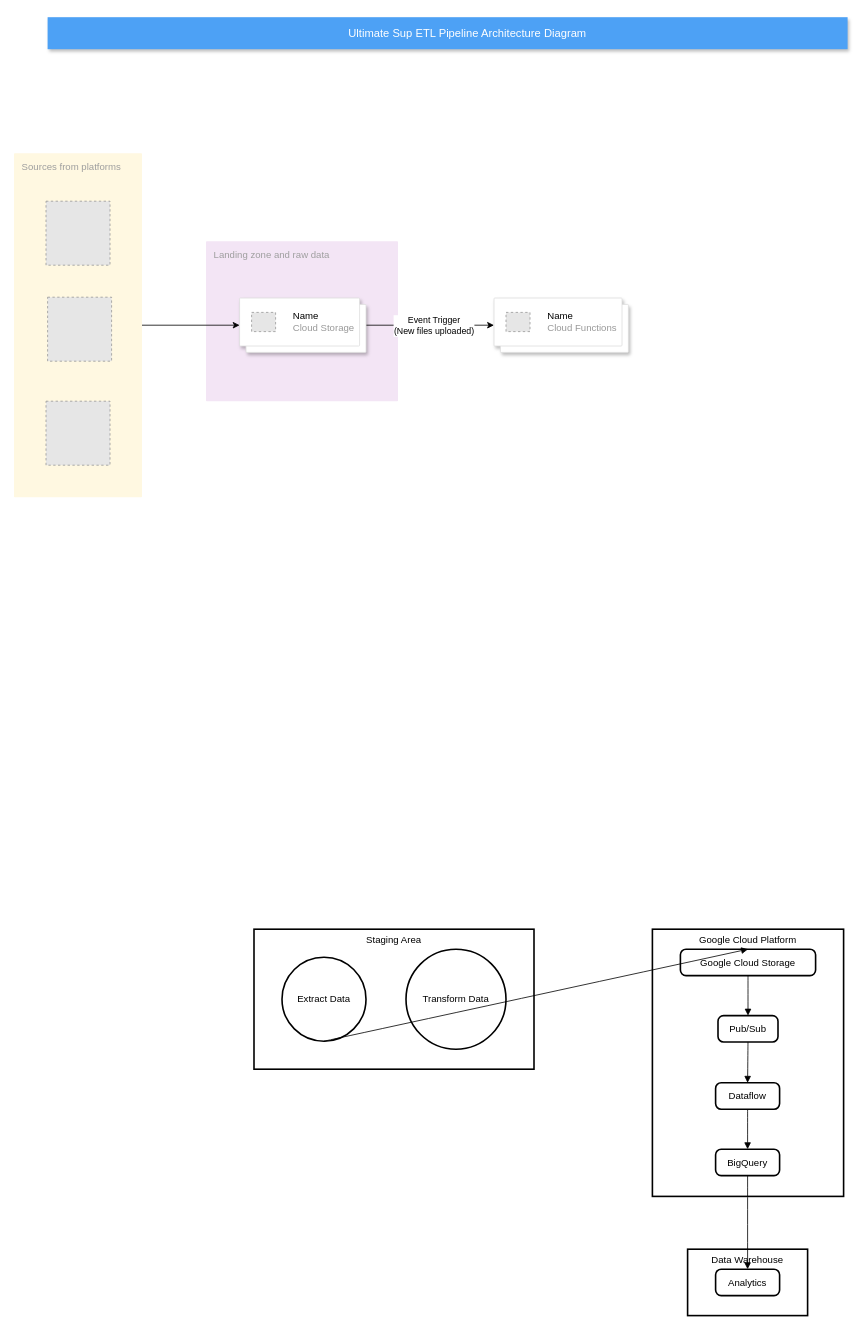
Above: Untitled Diagram.drawio in phuthang2003/c0424l1-py103 (draw.io), before the change. Source tidied: cells renumbered, new cells numbered last; positions are measured from the earlier drawing's top-left corner, leaving out a move shared by most shapes. Both pictures are drawn from the tidied source at 80%, with x=0, y=0 at pixel (14, 17). Pictures stored in the file or linked from it are replaced by grey dashed boxes.
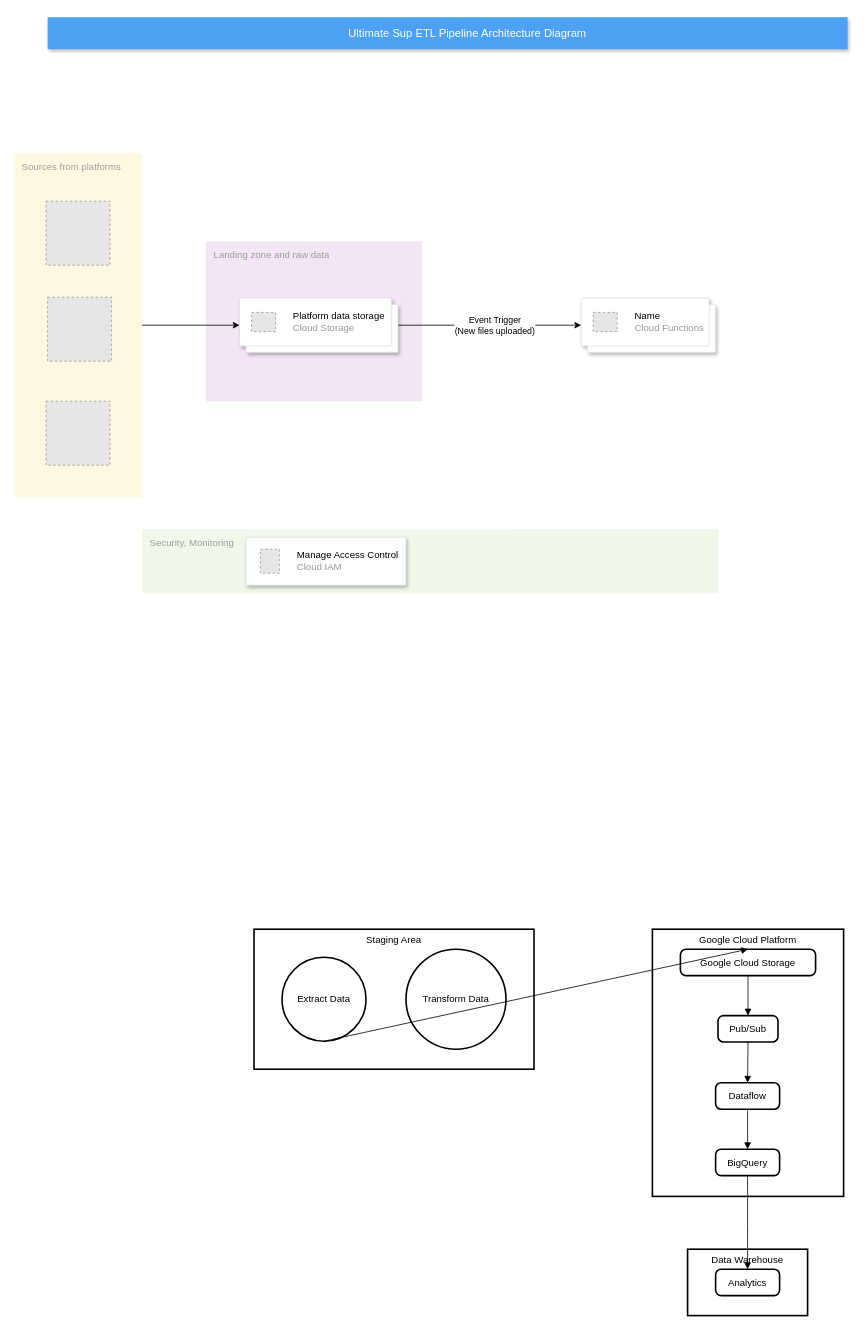
Above is the later version.

What changed in the source:
```diff
@@
     <mxCell id="2" value="Landing zone and raw data" style="sketch=0;rounded=1;absoluteArcSize=1;arcSize=2;html=1;strokeColor=none;gradientColor=none;shadow=0;dashed=0;fontSize=12;fontColor=#9E9E9E;align=left;verticalAlign=top;spacing=10;spacingTop=-4;whiteSpace=wrap;fillColor=#F3E5F5;" parent="1" vertex="1">
-      <mxGeometry x="240" y="280" width="240" height="200" as="geometry" />
+      <mxGeometry x="240" y="280" width="270" height="200" as="geometry" />
     </mxCell>
@@
     <mxCell id="23" style="shape=mxgraph.gcp2.doubleRect;strokeColor=#dddddd;shadow=1;strokeWidth=1;rounded=1;absoluteArcSize=1;arcSize=2;" parent="1" vertex="1">
-      <mxGeometry x="600" y="351" width="168" height="68" as="geometry" />
+      <mxGeometry x="709" y="351" width="168" height="68" as="geometry" />
     </mxCell>
@@
     <mxCell id="27" style="shape=mxgraph.gcp2.doubleRect;strokeColor=#dddddd;shadow=1;strokeWidth=1;rounded=1;absoluteArcSize=1;arcSize=2;" parent="1" vertex="1">
-      <mxGeometry x="282" y="351" width="158" height="68" as="geometry" />
+      <mxGeometry x="282" y="351" width="198" height="68" as="geometry" />
     </mxCell>
-    <mxCell id="28" value="&lt;font color=&quot;#000000&quot;&gt;Name&lt;/font&gt;&lt;br&gt;Cloud Storage" style="fillColor=#E6E6E6;strokeColor=#999999;dashed=1;html=1;fontColor=#999999;verticalLabelPosition=middle;verticalAlign=middle;labelPosition=right;align=left;spacingLeft=20;" parent="27" vertex="1">
+    <mxCell id="28" value="&lt;font color=&quot;#000000&quot;&gt;Platform data storage&lt;/font&gt;&lt;br&gt;Cloud Storage" style="fillColor=#E6E6E6;strokeColor=#999999;dashed=1;html=1;fontColor=#999999;verticalLabelPosition=middle;verticalAlign=middle;labelPosition=right;align=left;spacingLeft=20;" parent="27" vertex="1">
       <mxGeometry width="30" height="24" relative="1" as="geometry">
         <mxPoint x="15" y="18" as="offset" />
       </mxGeometry>
     </mxCell>
@@
+    <mxCell id="30" value="Security, Monitoring" style="sketch=0;rounded=1;absoluteArcSize=1;arcSize=2;html=1;strokeColor=none;gradientColor=none;shadow=0;dashed=0;fontSize=12;fontColor=#9E9E9E;align=left;verticalAlign=top;spacing=10;spacingTop=-4;whiteSpace=wrap;fillColor=#F1F8E9;" parent="1" vertex="1">
+      <mxGeometry x="160" y="640" width="720" height="80" as="geometry" />
+    </mxCell>
+    <mxCell id="31" style="strokeColor=#dddddd;shadow=1;strokeWidth=1;rounded=1;absoluteArcSize=1;arcSize=2;" parent="1" vertex="1">
+      <mxGeometry x="290" y="650" width="200" height="60" as="geometry" />
+    </mxCell>
+    <mxCell id="32" value="&lt;font color=&quot;#000000&quot;&gt;Manage Access Control&lt;/font&gt;&lt;br&gt;Cloud IAM" style="fillColor=#E6E6E6;strokeColor=#999999;dashed=1;html=1;fontColor=#999999;verticalLabelPosition=middle;verticalAlign=middle;labelPosition=right;align=left;spacingLeft=20;" parent="31" vertex="1">
+      <mxGeometry width="24" height="30" relative="1" as="geometry">
+        <mxPoint x="18" y="15" as="offset" />
+      </mxGeometry>
+    </mxCell>
```
